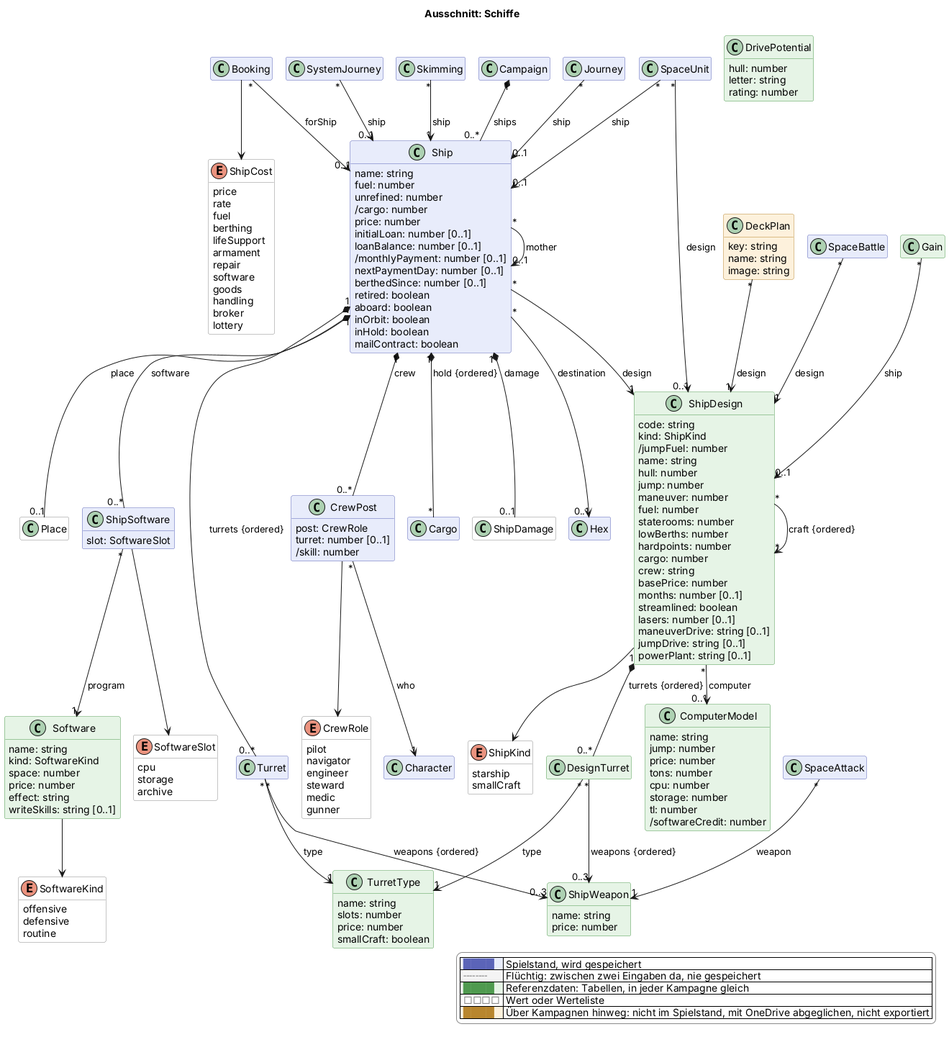
This is docs/views/schiffe.png from scuzzar/SRE, a PlantUML export, as it was before one commit.
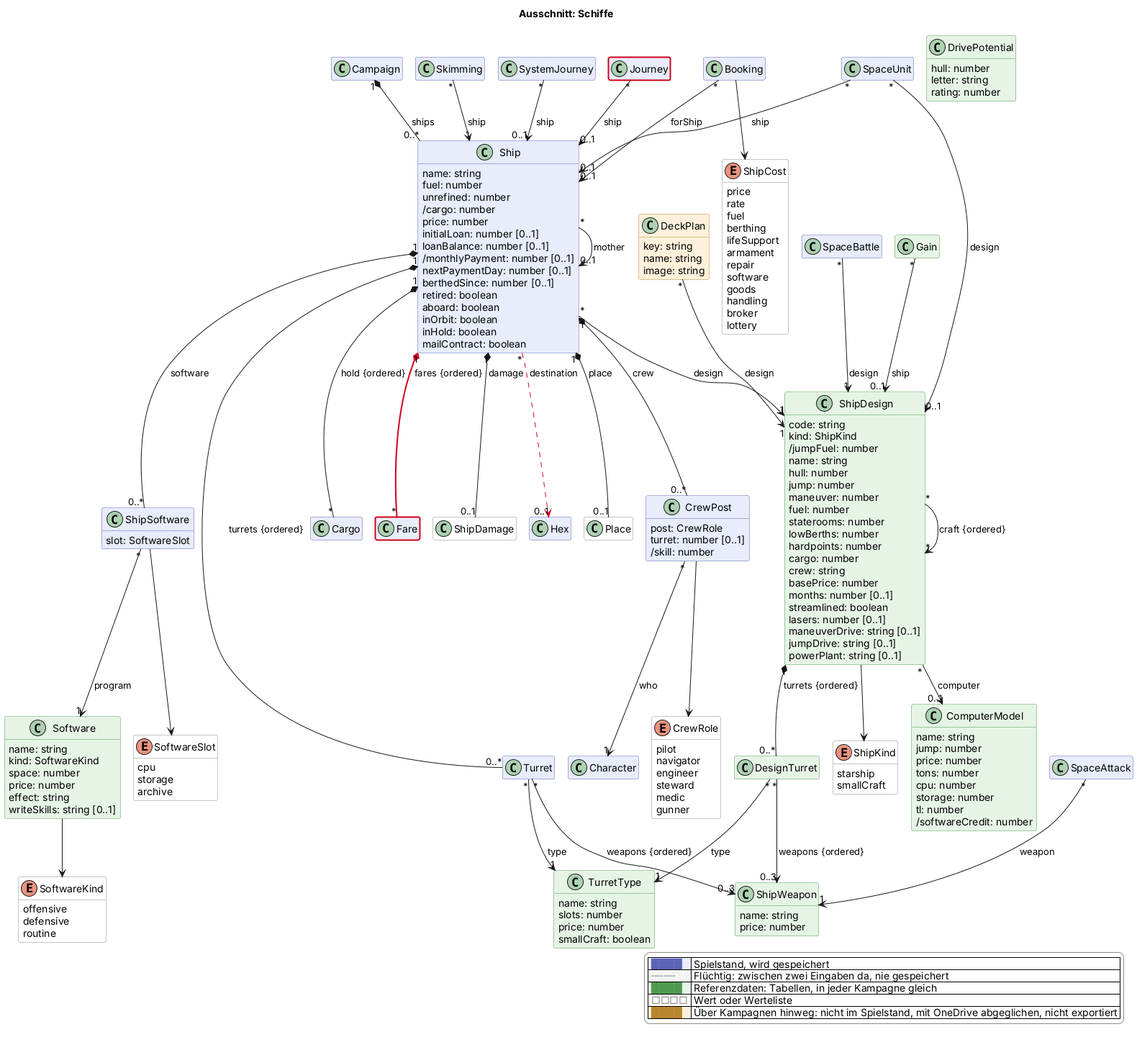
After the commit.

The edit, as a diff of the source:
```diff
@@ -200,6 +200,7 @@
   }
 
   class Cargo $handel
+  class Fare $handel $newClass("2026-11-27c")
 
   class Skimming $raum
   class ShipDamage <<value>> $raum
@@ -243,7 +244,8 @@
 Booking "*" --> "0..1" Ship : forShip
 
 Ship "1" *-- "*" Cargo : hold {ordered}
-Ship "*" --> "0..1" Hex : destination
+Ship "*" -$goneArrow("2026-11-27c")-> "0..1" Hex : destination
+Ship "1" *-$newArrow("2026-11-27c")- "*" Fare : fares {ordered}
 
 SpaceUnit "*" --> "0..1" Ship : ship
 SpaceUnit "*" --> "0..1" ShipDesign : design
@@ -276,4 +278,5 @@
   |<#ffffff> <color:#8a8a8a>□□□□</color> | Wert oder Werteliste |
   |<#fdf1dc> <color:#b8862e>████</color> | Über Kampagnen hinweg: nicht im Spielstand, mit OneDrive abgeglichen, nicht exportiert |
 endlegend
+class Journey #line:d0021b;line.bold
 @enduml
```
